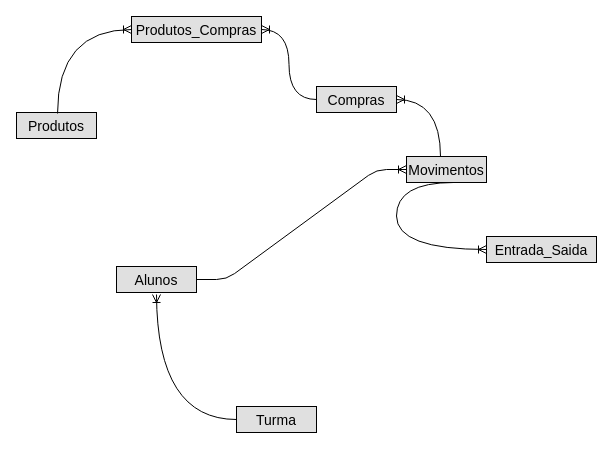
The draw.io diagram Untitled Diagram.drawio in RicardoGranja50/PAP, before the edit. Source tidied: cells renumbered, new cells numbered last; positions are measured from the earlier drawing's top-left corner, leaving out a move shared by most shapes. Both pictures are drawn from the tidied source at 100%, with x=0, y=0 at pixel (16, 16).
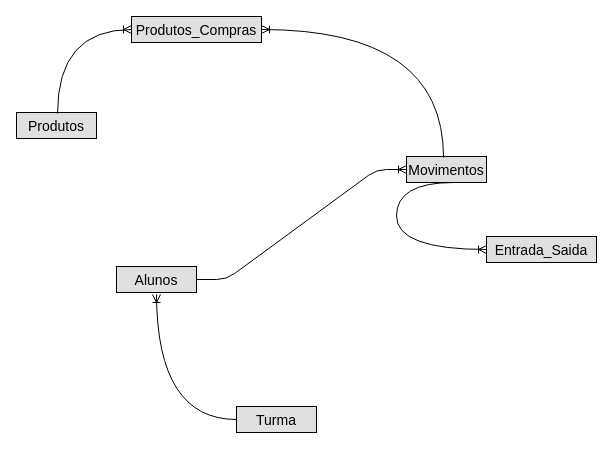
The same diagram, later.

What changed in the source:
```diff
@@
 <mxGraphModel>
   <root>
     <mxCell id="0" />
     <mxCell id="1" parent="0" />
-    <mxCell id="2" value="Compras" style="text;align=center;verticalAlign=middle;spacingLeft=4;spacingRight=4;strokeColor=#000000;fillColor=#e0e0e0;points=[[0,0.5],[1,0.5]];portConstraint=eastwest;fontSize=14;" parent="1" vertex="1">
-      <mxGeometry x="300" y="70" width="80" height="26" as="geometry" />
-    </mxCell>
     <mxCell id="3" value="Movimentos" style="text;align=center;verticalAlign=middle;spacingLeft=4;spacingRight=4;strokeColor=#000000;fillColor=#e0e0e0;points=[[0,0.5],[1,0.5]];portConstraint=eastwest;fontSize=14;" parent="1" vertex="1">
       <mxGeometry x="390" y="140" width="80" height="26" as="geometry" />
     </mxCell>
     <mxCell id="4" value="Alunos" style="text;align=center;verticalAlign=middle;spacingLeft=4;spacingRight=4;strokeColor=#000000;fillColor=#e0e0e0;points=[[0,0.5],[1,0.5]];portConstraint=eastwest;fontSize=14;" parent="1" vertex="1">
       <mxGeometry x="100" y="250" width="80" height="26" as="geometry" />
     </mxCell>
     <mxCell id="5" value="Entrada_Saida" style="text;align=center;verticalAlign=middle;spacingLeft=4;spacingRight=4;strokeColor=#000000;fillColor=#e0e0e0;points=[[0,0.5],[1,0.5]];portConstraint=eastwest;fontSize=14;" parent="1" vertex="1">
       <mxGeometry x="470" y="220" width="110" height="26" as="geometry" />
     </mxCell>
     <mxCell id="6" value="Produtos" style="text;align=center;verticalAlign=middle;spacingLeft=4;spacingRight=4;strokeColor=#000000;fillColor=#e0e0e0;points=[[0,0.5],[1,0.5]];portConstraint=eastwest;fontSize=14;" parent="1" vertex="1">
       <mxGeometry y="96" width="80" height="26" as="geometry" />
     </mxCell>
     <mxCell id="7" style="edgeStyle=entityRelationEdgeStyle;fontSize=12;html=1;endArrow=ERoneToMany;exitX=1;exitY=0.5;exitDx=0;exitDy=0;entryX=0;entryY=0.5;entryDx=0;entryDy=0;" parent="1" edge="1" source="4" target="3">
       <mxGeometry relative="1" as="geometry" />
     </mxCell>
     <mxCell id="8" style="edgeStyle=orthogonalEdgeStyle;fontSize=12;html=1;endArrow=ERoneToMany;entryX=0;entryY=0.5;entryDx=0;entryDy=0;curved=1;exitX=0.588;exitY=1;exitDx=0;exitDy=0;exitPerimeter=0;" parent="1" edge="1" source="3" target="5">
       <mxGeometry relative="1" as="geometry">
         <Array as="points">
           <mxPoint x="380" y="166" />
           <mxPoint x="380" y="233" />
         </Array>
       </mxGeometry>
     </mxCell>
-    <mxCell id="9" style="fontSize=12;html=1;endArrow=ERoneToMany;rounded=1;exitX=0.425;exitY=0;exitDx=0;exitDy=0;exitPerimeter=0;entryX=1;entryY=0.5;entryDx=0;entryDy=0;edgeStyle=orthogonalEdgeStyle;curved=1;" parent="1" edge="1" source="3" target="2">
-      <mxGeometry relative="1" as="geometry" />
-    </mxCell>
     <mxCell id="10" value="Produtos_Compras" style="text;align=center;verticalAlign=middle;spacingLeft=4;spacingRight=4;strokeColor=#000000;fillColor=#e0e0e0;points=[[0,0.5],[1,0.5]];portConstraint=eastwest;fontSize=14;" parent="1" vertex="1">
       <mxGeometry x="115" width="130" height="26" as="geometry" />
     </mxCell>
-    <mxCell id="11" style="edgeStyle=orthogonalEdgeStyle;fontSize=12;html=1;endArrow=ERoneToMany;entryX=1;entryY=0.5;entryDx=0;entryDy=0;curved=1;exitX=0;exitY=0.5;exitDx=0;exitDy=0;" parent="1" edge="1" source="2" target="10">
+    <mxCell id="11" style="edgeStyle=orthogonalEdgeStyle;fontSize=12;html=1;endArrow=ERoneToMany;entryX=1;entryY=0.5;entryDx=0;entryDy=0;curved=1;exitX=0.463;exitY=0.038;exitDx=0;exitDy=0;exitPerimeter=0;" parent="1" edge="1" source="3" target="10">
       <mxGeometry relative="1" as="geometry" />
     </mxCell>
     <mxCell id="12" style="edgeStyle=orthogonalEdgeStyle;fontSize=12;html=1;endArrow=ERoneToMany;curved=1;exitX=0.513;exitY=0.038;exitDx=0;exitDy=0;exitPerimeter=0;entryX=0;entryY=0.5;entryDx=0;entryDy=0;" parent="1" edge="1" source="6" target="10">
       <mxGeometry relative="1" as="geometry" />
     </mxCell>
     <mxCell id="13" style="edgeStyle=orthogonalEdgeStyle;fontSize=12;html=1;endArrow=ERoneToMany;curved=1;exitX=0;exitY=0.5;exitDx=0;exitDy=0;" parent="1" edge="1" source="14">
       <mxGeometry relative="1" as="geometry">
         <mxPoint x="140" y="278" as="targetPoint" />
       </mxGeometry>
     </mxCell>
     <mxCell id="14" value="Turma" style="text;align=center;verticalAlign=middle;spacingLeft=4;spacingRight=4;strokeColor=#000000;fillColor=#e0e0e0;points=[[0,0.5],[1,0.5]];portConstraint=eastwest;fontSize=14;" parent="1" vertex="1">
       <mxGeometry x="220" y="390" width="80" height="26" as="geometry" />
     </mxCell>
   </root>
 </mxGraphModel>
```
